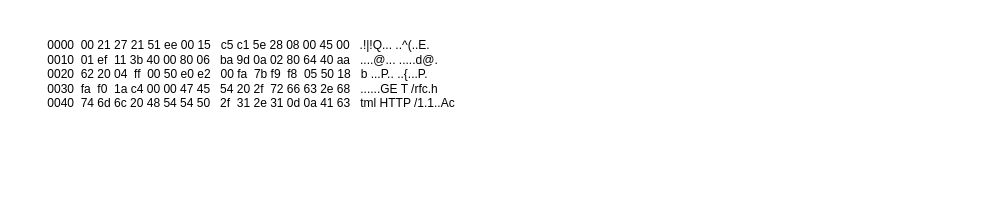
Above: page "第 6 页" (6 of 7) of net1.drawio in Dong-J93/_pictures (draw.io), before the change. Source tidied: cells renumbered, new cells numbered last; positions are measured from the earlier drawing's top-left corner, leaving out a move shared by most shapes. Both pictures are drawn from the tidied source at 100%, with x=0, y=0 at pixel (17, 17).
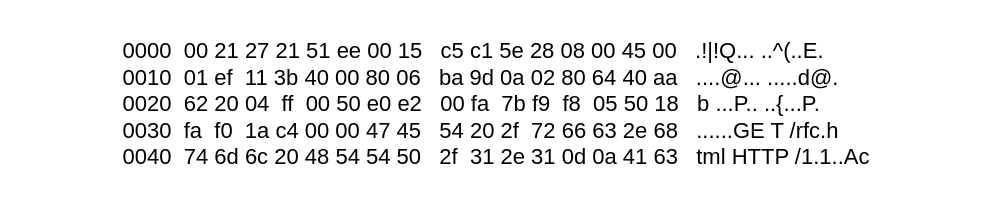
After the change.

What changed in the source:
```diff
@@
 <mxGraphModel>
   <root>
     <mxCell id="0" />
     <mxCell id="1" parent="0" />
-    <mxCell id="2" value="&lt;div style=&quot;text-align: left;&quot;&gt;&lt;span style=&quot;background-color: light-dark(rgb(255, 255, 255), rgb(237, 237, 237)); color: light-dark(rgb(0, 0, 0), rgb(237, 237, 237));&quot;&gt;0000&amp;nbsp; 00 21 27 21 51 ee 00 15&amp;nbsp; &amp;nbsp;c5 c1 5e 28 08 00 45 00&amp;nbsp; &amp;nbsp;.!|!Q... ..^(..E.&lt;/span&gt;&lt;/div&gt;&lt;div style=&quot;text-align: left;&quot;&gt;&lt;font style=&quot;color: rgb(0, 0, 0); background-color: light-dark(rgb(255, 255, 255), rgb(237, 237, 237));&quot;&gt;0010&amp;nbsp; 01 ef&amp;nbsp; 11 3b 40 00 80 06&amp;nbsp; &amp;nbsp;ba 9d 0a 02 80 64 40 aa&amp;nbsp; &amp;nbsp;....@... .....d@.&lt;/font&gt;&lt;/div&gt;&lt;div style=&quot;text-align: left;&quot;&gt;&lt;font style=&quot;color: rgb(0, 0, 0); background-color: light-dark(rgb(255, 255, 255), rgb(237, 237, 237));&quot;&gt;0020&amp;nbsp; 62 20 04&amp;nbsp; ff&amp;nbsp; 00 50 e0 e2&amp;nbsp; &amp;nbsp;00 fa&amp;nbsp; 7b f9&amp;nbsp; f8&amp;nbsp; 05 50 18&amp;nbsp; &amp;nbsp;b ...P.. ..{...P.&amp;nbsp;&amp;nbsp;&lt;/font&gt;&lt;/div&gt;&lt;div style=&quot;text-align: left;&quot;&gt;&lt;span style=&quot;background-color: light-dark(rgb(255, 255, 255), rgb(237, 237, 237)); color: light-dark(rgb(0, 0, 0), rgb(237, 237, 237));&quot;&gt;0030&amp;nbsp; fa&amp;nbsp; f0&amp;nbsp; 1a c4 00 00 47 45&amp;nbsp; &amp;nbsp;54 20 2f&amp;nbsp; 72 66 63 2e 68&amp;nbsp; &amp;nbsp;......GE T /rfc.h&lt;/span&gt;&lt;/div&gt;&lt;div style=&quot;text-align: left;&quot;&gt;&lt;font style=&quot;color: rgb(0, 0, 0); background-color: light-dark(rgb(255, 255, 255), rgb(237, 237, 237));&quot;&gt;0040&amp;nbsp; 74 6d 6c 20 48 54 54 50&amp;nbsp; &amp;nbsp;2f&amp;nbsp; 31 2e 31 0d 0a 41 63&amp;nbsp; &amp;nbsp;tml HTTP /1.1..Ac&lt;/font&gt;&lt;/div&gt;&lt;div style=&quot;text-align: left;&quot;&gt;&lt;font style=&quot;color: rgb(0, 0, 0); background-color: light-dark(rgb(255, 255, 255), rgb(237, 237, 237));&quot;&gt;&lt;br&gt;&lt;/font&gt;&lt;/div&gt;" style="text;html=1;align=center;verticalAlign=middle;whiteSpace=wrap;rounded=0;fontColor=#FFFFFF;" parent="1" vertex="1">
-      <mxGeometry width="468" height="127" as="geometry" />
+    <mxCell id="2" value="&lt;div style=&quot;text-align: left;&quot;&gt;&lt;span style=&quot;background-color: light-dark(rgb(255, 255, 255), rgb(237, 237, 237)); color: light-dark(rgb(0, 0, 0), rgb(237, 237, 237));&quot;&gt;&lt;font style=&quot;font-size: 22px;&quot;&gt;0000&amp;nbsp; 00 21 27 21 51 ee 00 15&amp;nbsp; &amp;nbsp;c5 c1 5e 28 08 00 45 00&amp;nbsp; &amp;nbsp;.!|!Q... ..^(..E.&lt;/font&gt;&lt;/span&gt;&lt;/div&gt;&lt;div style=&quot;text-align: left;&quot;&gt;&lt;font style=&quot;color: rgb(0, 0, 0); background-color: light-dark(rgb(255, 255, 255), rgb(237, 237, 237)); font-size: 22px;&quot;&gt;0010&amp;nbsp; 01 ef&amp;nbsp; 11 3b 40 00 80 06&amp;nbsp; &amp;nbsp;ba 9d 0a 02 80 64 40 aa&amp;nbsp; &amp;nbsp;....@... .....d@.&lt;/font&gt;&lt;/div&gt;&lt;div style=&quot;text-align: left;&quot;&gt;&lt;font style=&quot;color: rgb(0, 0, 0); background-color: light-dark(rgb(255, 255, 255), rgb(237, 237, 237)); font-size: 22px;&quot;&gt;0020&amp;nbsp; 62 20 04&amp;nbsp; ff&amp;nbsp; 00 50 e0 e2&amp;nbsp; &amp;nbsp;00 fa&amp;nbsp; 7b f9&amp;nbsp; f8&amp;nbsp; 05 50 18&amp;nbsp; &amp;nbsp;b ...P.. ..{...P.&amp;nbsp;&amp;nbsp;&lt;/font&gt;&lt;/div&gt;&lt;div style=&quot;text-align: left;&quot;&gt;&lt;span style=&quot;background-color: light-dark(rgb(255, 255, 255), rgb(237, 237, 237)); color: light-dark(rgb(0, 0, 0), rgb(237, 237, 237));&quot;&gt;&lt;font style=&quot;font-size: 22px;&quot;&gt;0030&amp;nbsp; fa&amp;nbsp; f0&amp;nbsp; 1a c4 00 00 47 45&amp;nbsp; &amp;nbsp;54 20 2f&amp;nbsp; 72 66 63 2e 68&amp;nbsp; &amp;nbsp;......GE T /rfc.h&lt;/font&gt;&lt;/span&gt;&lt;/div&gt;&lt;div style=&quot;text-align: left;&quot;&gt;&lt;font style=&quot;color: rgb(0, 0, 0); background-color: light-dark(rgb(255, 255, 255), rgb(237, 237, 237)); font-size: 22px;&quot;&gt;0040&amp;nbsp; 74 6d 6c 20 48 54 54 50&amp;nbsp; &amp;nbsp;2f&amp;nbsp; 31 2e 31 0d 0a 41 63&amp;nbsp; &amp;nbsp;tml HTTP /1.1..Ac&lt;/font&gt;&lt;/div&gt;&lt;div style=&quot;text-align: left;&quot;&gt;&lt;font style=&quot;color: rgb(0, 0, 0); background-color: light-dark(rgb(255, 255, 255), rgb(237, 237, 237));&quot;&gt;&lt;br&gt;&lt;/font&gt;&lt;/div&gt;" style="text;html=1;align=center;verticalAlign=middle;whiteSpace=wrap;rounded=0;fontColor=#FFFFFF;" parent="1" vertex="1">
+      <mxGeometry width="958" height="187" as="geometry" />
     </mxCell>
   </root>
 </mxGraphModel>
```
